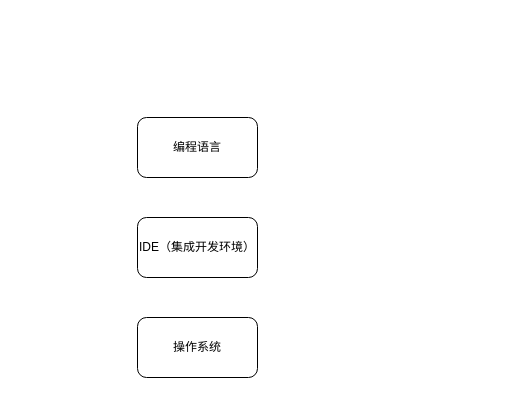
The draw.io diagram 计算新手入门.drawio in yanhanfrontend/draw.io.workspace, before the edit. Source tidied: cells renumbered, new cells numbered last; positions are measured from the earlier drawing's top-left corner, leaving out a move shared by most shapes. Both pictures are drawn from the tidied source at 100%, with x=0, y=0 at pixel (137, 117).
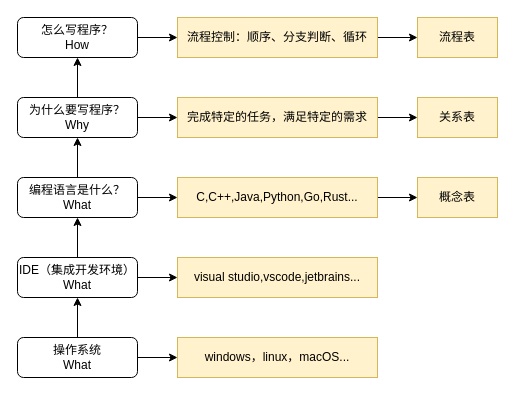
Above is the later version.

Commit message (it also covers changes not shown here):
更新计算新手入门.drawio

What changed in the source:
```diff
@@
+    <mxCell id="5" style="edgeStyle=orthogonalEdgeStyle;rounded=0;jettySize=auto;html=1;" parent="1" edge="1" source="2" target="11">
+      <mxGeometry relative="1" as="geometry" />
+    </mxCell>
+    <mxCell id="6" style="edgeStyle=orthogonalEdgeStyle;rounded=0;jettySize=auto;html=1;" parent="1" edge="1" source="2" target="3">
+      <mxGeometry relative="1" as="geometry" />
+    </mxCell>
-    <mxCell id="2" value="操作系统" style="rounded=1;whiteSpace=wrap;html=1;" parent="1" vertex="1">
-      <mxGeometry y="200" width="120" height="60" as="geometry" />
+    <mxCell id="2" value="操作系统&lt;div&gt;What&lt;/div&gt;" style="rounded=1;whiteSpace=wrap;html=1;" parent="1" vertex="1">
+      <mxGeometry x="-120" y="220" width="120" height="40" as="geometry" />
     </mxCell>
+    <mxCell id="7" style="edgeStyle=orthogonalEdgeStyle;rounded=0;jettySize=auto;html=1;" parent="1" edge="1" source="3" target="4">
+      <mxGeometry relative="1" as="geometry" />
+    </mxCell>
+    <mxCell id="8" style="edgeStyle=orthogonalEdgeStyle;rounded=0;jettySize=auto;html=1;" parent="1" edge="1" source="3" target="12">
+      <mxGeometry relative="1" as="geometry" />
+    </mxCell>
-    <mxCell id="3" value="IDE（集成开发环境）" style="rounded=1;whiteSpace=wrap;html=1;" parent="1" vertex="1">
-      <mxGeometry y="100" width="120" height="60" as="geometry" />
+    <mxCell id="3" value="IDE（集成开发环境）&lt;div&gt;What&lt;/div&gt;" style="rounded=1;whiteSpace=wrap;html=1;" parent="1" vertex="1">
+      <mxGeometry x="-120" y="140" width="120" height="40" as="geometry" />
     </mxCell>
+    <mxCell id="9" style="edgeStyle=orthogonalEdgeStyle;rounded=0;jettySize=auto;html=1;" parent="1" edge="1" source="4" target="14">
+      <mxGeometry relative="1" as="geometry" />
+    </mxCell>
+    <mxCell id="10" style="edgeStyle=orthogonalEdgeStyle;rounded=0;jettySize=auto;html=1;" parent="1" edge="1" source="4" target="17">
+      <mxGeometry relative="1" as="geometry" />
+    </mxCell>
-    <mxCell id="4" value="编程语言" style="rounded=1;whiteSpace=wrap;html=1;" parent="1" vertex="1">
-      <mxGeometry width="120" height="60" as="geometry" />
+    <mxCell id="4" value="编程语言是什么？&lt;div&gt;What&lt;/div&gt;" style="rounded=1;whiteSpace=wrap;html=1;" parent="1" vertex="1">
+      <mxGeometry x="-120" y="60" width="120" height="40" as="geometry" />
     </mxCell>
+    <mxCell id="11" value="windows，linux，macOS..." style="text;html=1;align=center;verticalAlign=middle;whiteSpace=wrap;rounded=0;fillColor=#fff2cc;strokeColor=#d6b656;" parent="1" vertex="1">
+      <mxGeometry x="40" y="220" width="200" height="40" as="geometry" />
+    </mxCell>
+    <mxCell id="12" value="visual studio,vscode,jetbrains..." style="text;html=1;align=center;verticalAlign=middle;whiteSpace=wrap;rounded=0;fillColor=#fff2cc;strokeColor=#d6b656;" parent="1" vertex="1">
+      <mxGeometry x="40" y="140" width="200" height="40" as="geometry" />
+    </mxCell>
+    <mxCell id="13" style="edgeStyle=orthogonalEdgeStyle;rounded=0;jettySize=auto;html=1;" parent="1" edge="1" source="14" target="24">
+      <mxGeometry relative="1" as="geometry" />
+    </mxCell>
+    <mxCell id="14" value="C,C++,Java,Python,Go,Rust..." style="text;html=1;align=center;verticalAlign=middle;whiteSpace=wrap;rounded=0;fillColor=#fff2cc;strokeColor=#d6b656;" parent="1" vertex="1">
+      <mxGeometry x="40" y="60" width="200" height="40" as="geometry" />
+    </mxCell>
+    <mxCell id="15" style="edgeStyle=orthogonalEdgeStyle;rounded=0;jettySize=auto;html=1;" parent="1" edge="1" source="17" target="19">
+      <mxGeometry relative="1" as="geometry" />
+    </mxCell>
+    <mxCell id="16" style="edgeStyle=orthogonalEdgeStyle;rounded=0;jettySize=auto;html=1;" parent="1" edge="1" source="17" target="21">
+      <mxGeometry relative="1" as="geometry" />
+    </mxCell>
+    <mxCell id="17" value="为什么要写程序？&lt;div&gt;Why&lt;/div&gt;" style="rounded=1;whiteSpace=wrap;html=1;" parent="1" vertex="1">
+      <mxGeometry x="-120" y="-20" width="120" height="40" as="geometry" />
+    </mxCell>
+    <mxCell id="18" style="edgeStyle=orthogonalEdgeStyle;rounded=0;jettySize=auto;html=1;" parent="1" edge="1" source="19" target="25">
+      <mxGeometry relative="1" as="geometry" />
+    </mxCell>
+    <mxCell id="19" value="完成特定的任务，满足特定的需求" style="text;html=1;align=center;verticalAlign=middle;whiteSpace=wrap;rounded=0;fillColor=#fff2cc;strokeColor=#d6b656;" parent="1" vertex="1">
+      <mxGeometry x="40" y="-20" width="200" height="40" as="geometry" />
+    </mxCell>
+    <mxCell id="20" style="edgeStyle=orthogonalEdgeStyle;rounded=0;jettySize=auto;html=1;" parent="1" edge="1" source="21" target="23">
+      <mxGeometry relative="1" as="geometry" />
+    </mxCell>
+    <mxCell id="21" value="怎么写程序？&lt;div&gt;How&lt;/div&gt;" style="rounded=1;whiteSpace=wrap;html=1;" parent="1" vertex="1">
+      <mxGeometry x="-120" y="-100" width="120" height="40" as="geometry" />
+    </mxCell>
+    <mxCell id="22" style="edgeStyle=orthogonalEdgeStyle;rounded=0;jettySize=auto;html=1;" parent="1" edge="1" source="23" target="26">
+      <mxGeometry relative="1" as="geometry" />
+    </mxCell>
+    <mxCell id="23" value="流程控制：顺序、分支判断、循环" style="text;html=1;align=center;verticalAlign=middle;whiteSpace=wrap;rounded=0;fillColor=#fff2cc;strokeColor=#d6b656;" parent="1" vertex="1">
+      <mxGeometry x="40" y="-100" width="200" height="40" as="geometry" />
+    </mxCell>
+    <mxCell id="24" value="概念表" style="text;html=1;align=center;verticalAlign=middle;whiteSpace=wrap;rounded=0;fillColor=#fff2cc;strokeColor=#d6b656;" parent="1" vertex="1">
+      <mxGeometry x="280" y="60" width="80" height="40" as="geometry" />
+    </mxCell>
+    <mxCell id="25" value="关系表" style="text;html=1;align=center;verticalAlign=middle;whiteSpace=wrap;rounded=0;fillColor=#fff2cc;strokeColor=#d6b656;" parent="1" vertex="1">
+      <mxGeometry x="280" y="-20" width="80" height="40" as="geometry" />
+    </mxCell>
+    <mxCell id="26" value="流程表" style="text;html=1;align=center;verticalAlign=middle;whiteSpace=wrap;rounded=0;fillColor=#fff2cc;strokeColor=#d6b656;" parent="1" vertex="1">
+      <mxGeometry x="280" y="-100" width="80" height="40" as="geometry" />
+    </mxCell>
```
